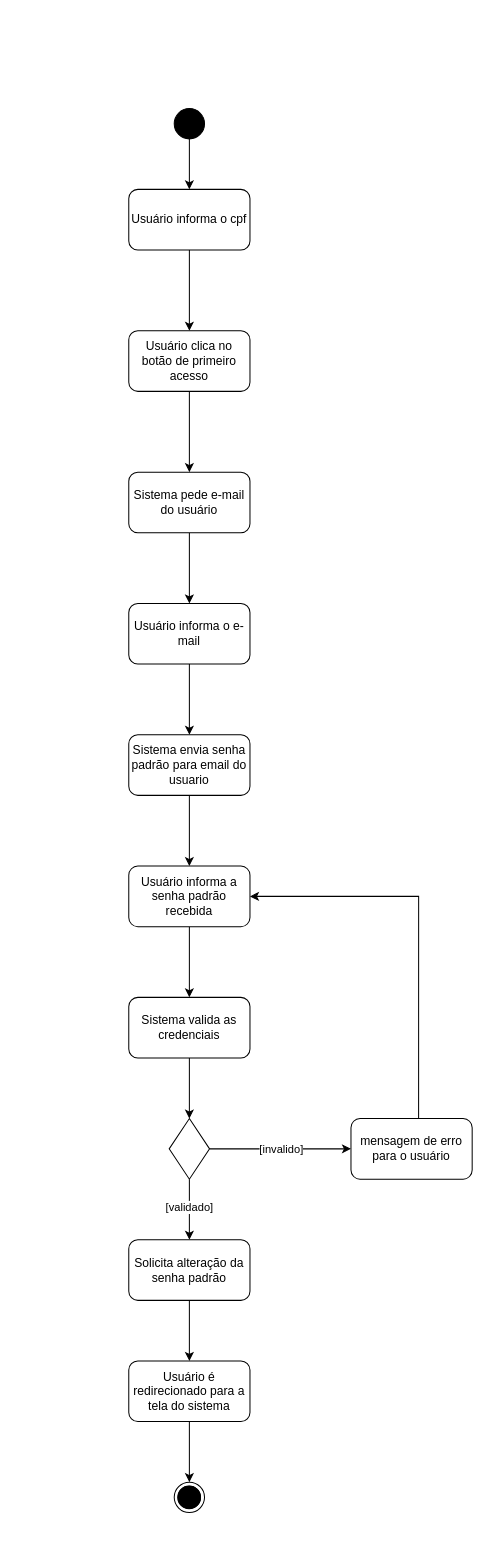
Earlier version of the draw.io diagram Requisito-06.drawio (LizReis/An-lise-de-Sistemas). Source tidied: cells renumbered, new cells numbered last; positions are measured from the earlier drawing's top-left corner, leaving out a move shared by most shapes. Both pictures are drawn from the tidied source at 101%, with x=0, y=0 at pixel (128, 108).
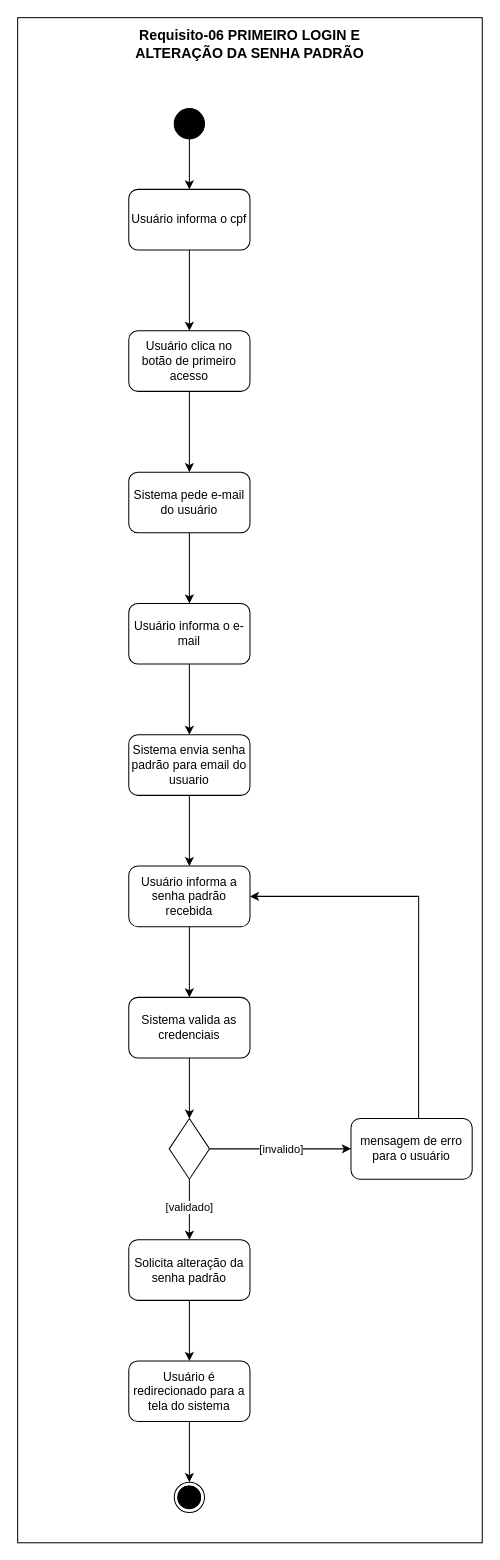
The same page after the edit.

Diff of the diagram source:
```diff
@@
+    <mxCell id="32" style="rounded=0;whiteSpace=wrap;html=1;" parent="1" vertex="1">
+      <mxGeometry x="-110" y="-90" width="460" height="1510" as="geometry" />
+    </mxCell>
@@
+    <mxCell id="33" value="Requisito-06 PRIMEIRO LOGIN E ALTERAÇÃO DA SENHA PADRÃO" style="text;html=1;align=center;verticalAlign=middle;whiteSpace=wrap;rounded=0;fontStyle=1;fontSize=14;" parent="1" vertex="1">
+      <mxGeometry x="-30" y="-79" width="300" height="30" as="geometry" />
+    </mxCell>
```
